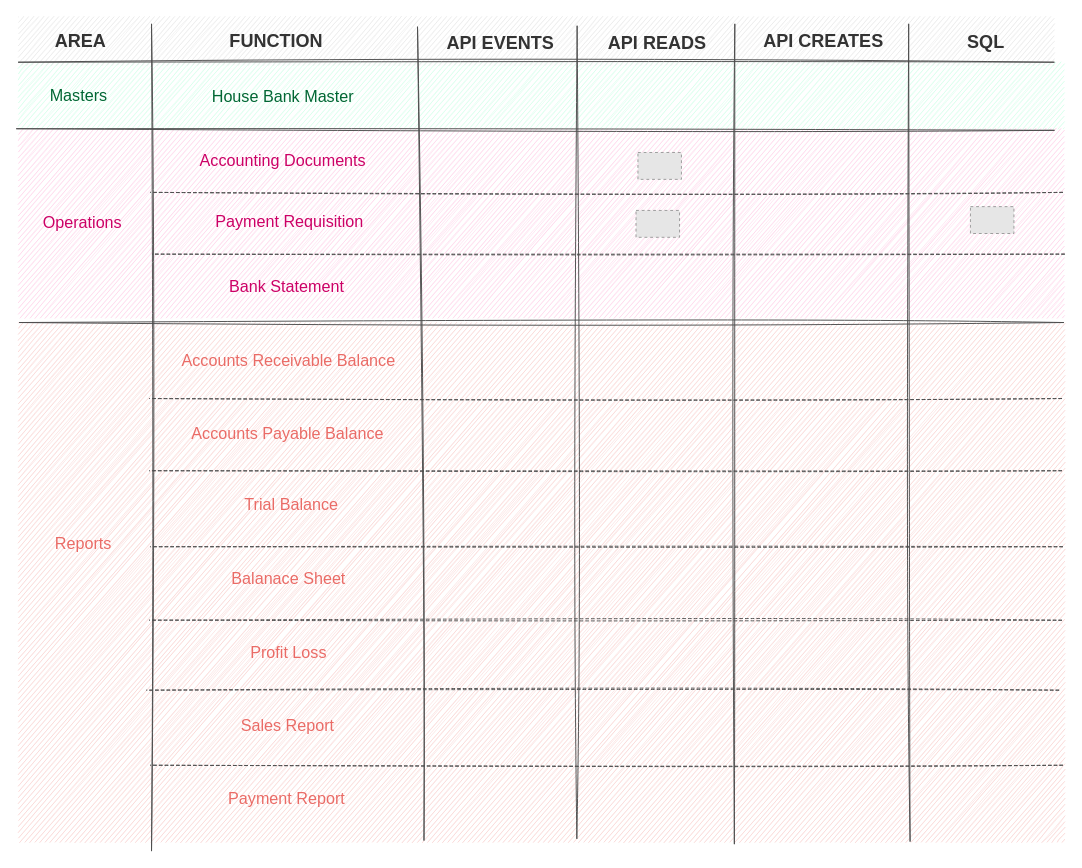
This is documents/sap_sandbox_accounting_20220902-3.drawio from latonaio/sap-sandbox-accounting, a draw.io file, before an edit. Source tidied: cells renumbered, new cells numbered last; positions are measured from the earlier drawing's top-left corner, leaving out a move shared by most shapes. Both pictures are drawn from the tidied source at 95%, with x=0, y=0 at pixel (16, 16). Pictures stored in the file or linked from it are replaced by grey dashed boxes.
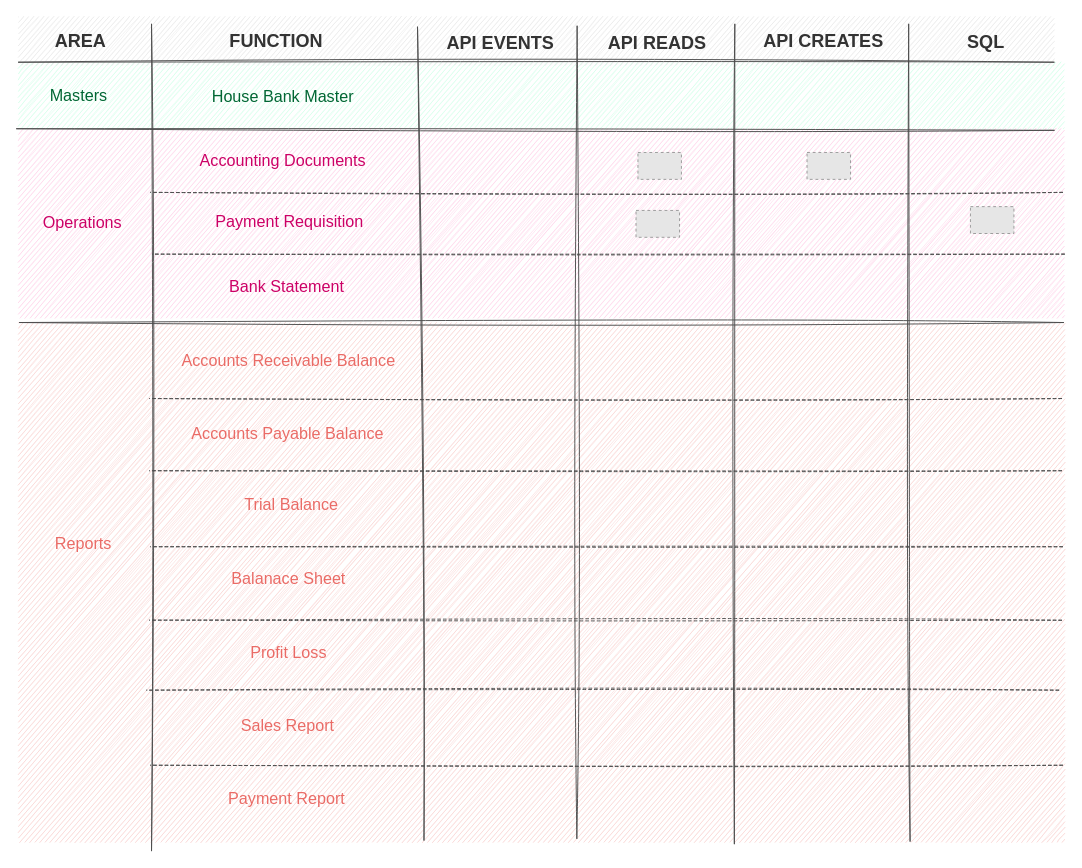
The same page after the edit.

Change to the diagram source:
```diff
@@
+    <mxCell id="45" style="fillColor=#E6E6E6;strokeColor=#999999;dashed=1;verticalLabelPosition=bottom;labelBackgroundColor=#ffffff;verticalAlign=top;" parent="1" vertex="1">
+      <mxGeometry x="832" y="143" width="45.8" height="28.3" as="geometry" />
+    </mxCell>
```
